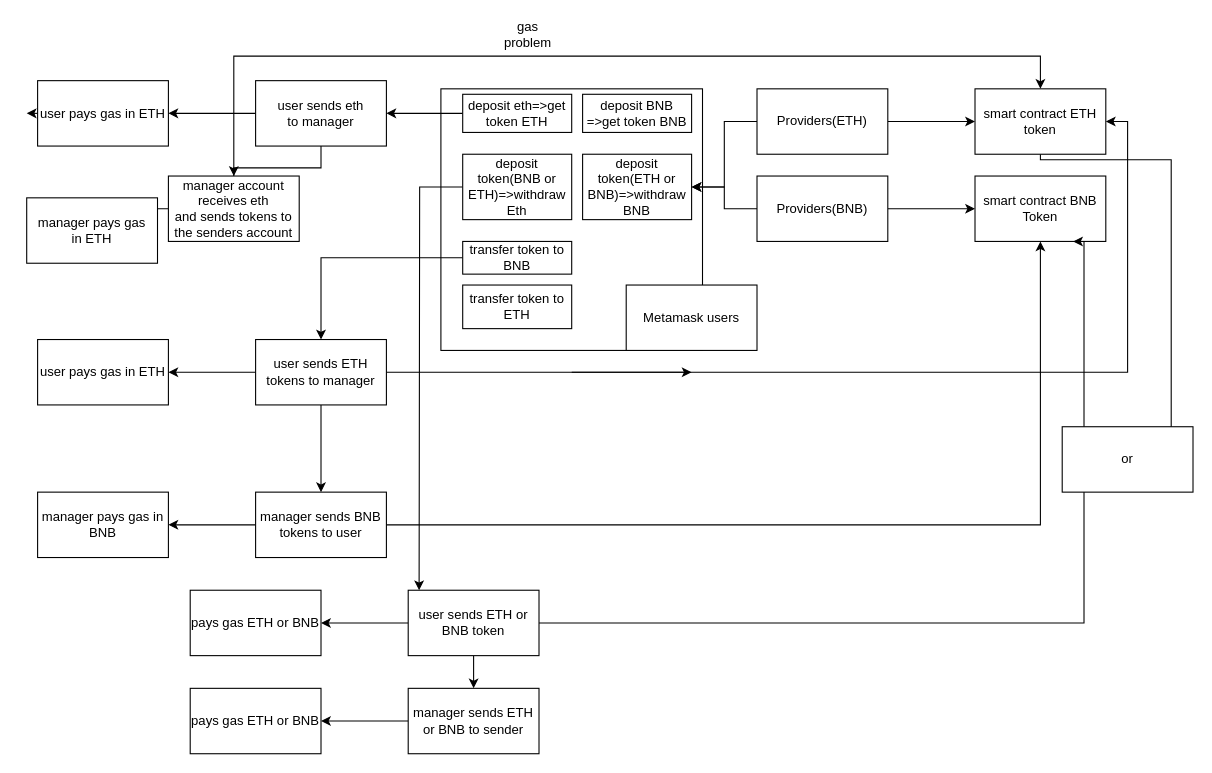
Earlier version of the draw.io diagram Untitled Diagram.drawio (Dmitrijs1710/Public). Source tidied: cells renumbered, new cells numbered last; positions are measured from the earlier drawing's top-left corner, leaving out a move shared by most shapes. Both pictures are drawn from the tidied source at 109%, with x=0, y=0 at pixel (26, 23).
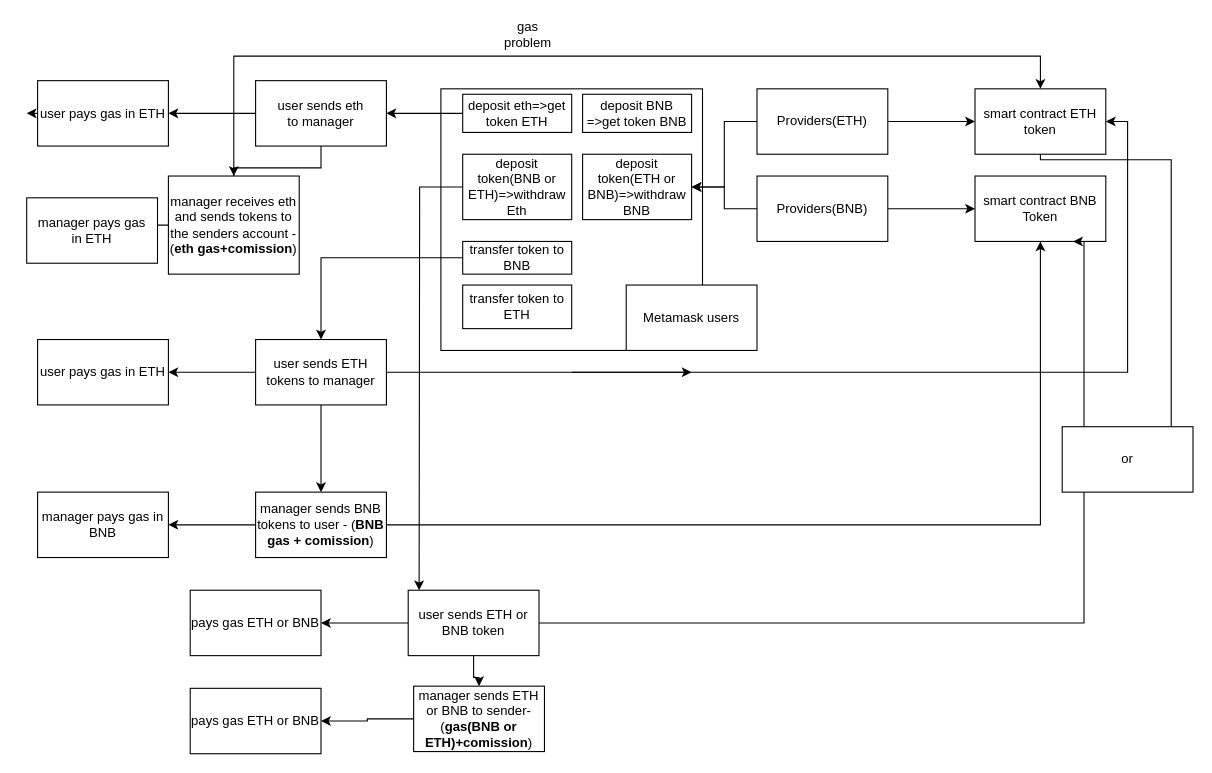
The same page after the edit.

Diff of the diagram source:
```diff
@@
-<mxGraphModel>
+<mxGraphModel background="#ffffff">
@@
-    <mxCell id="27" value="manager account receives eth&lt;br&gt;and sends tokens to the senders account" style="whiteSpace=wrap;html=1;rounded=0;" parent="1" vertex="1">
-      <mxGeometry x="130" y="140" width="120" height="60" as="geometry" />
+    <mxCell id="27" value="manager receives eth&lt;br&gt;and sends tokens to the senders account - (&lt;b&gt;eth gas+comission&lt;/b&gt;)" style="whiteSpace=wrap;html=1;rounded=0;" parent="1" vertex="1">
+      <mxGeometry x="130" y="140" width="120" height="90" as="geometry" />
     </mxCell>
@@
-    <mxCell id="36" value="manager sends BNB tokens to user" style="whiteSpace=wrap;html=1;rounded=0;" parent="1" vertex="1">
+    <mxCell id="36" value="manager sends BNB tokens to user - (&lt;b&gt;BNB gas + comission&lt;/b&gt;)" style="whiteSpace=wrap;html=1;rounded=0;" parent="1" vertex="1">
       <mxGeometry x="210" y="430" width="120" height="60" as="geometry" />
     </mxCell>
@@
-    <mxCell id="49" value="manager sends ETH or BNB to sender" style="rounded=0;whiteSpace=wrap;html=1;" parent="1" vertex="1">
-      <mxGeometry x="350" y="610" width="120" height="60" as="geometry" />
+    <mxCell id="49" value="manager sends ETH or BNB to sender-(&lt;b&gt;gas(BNB or ETH)+comission&lt;/b&gt;)" style="rounded=0;whiteSpace=wrap;html=1;" parent="1" vertex="1">
+      <mxGeometry x="355" y="608" width="120" height="60" as="geometry" />
     </mxCell>
```
